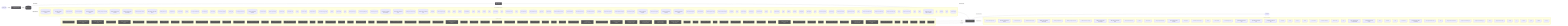
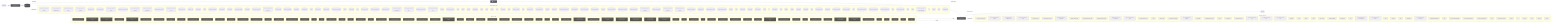
flowchart LR
  UserQ(["👤 User Query"])
  Embed["📐 Embedding Model"]
  VecDB[("📚 Vector Store")]
  Retriever["🔍 Retriever"]
  LLMNode["🧠 LLM / Generator"]
  Output(["✅ Response"])
  UserQ -->|query| Embed
  Embed -->|vector| VecDB
  VecDB -->|top-k chunks| Retriever
  Retriever -->|context + query| LLMNode
  LLMNode -->|generated answer| Output
  subgraph DetectedMemory["Detected memory stores"]
    det_detectedmemory_check_steering_feedback_contract_80134459[("check-steering-feedback-contract")]
+     det_detectedmemory_prompt_context_drift_validate_runner_c8ecc6f5[("prompt-context-drift-validate-runner")]
+     det_detectedmemory_prompt_context_drift_write_runner_69e6a4fd[("prompt-context-drift-write-runner")]
    det_detectedmemory_normalize_workflow_contracts_8701f1c8[("normalize-workflow-contracts")]
    det_detectedmemory_run_harness_evals_77704768[("run-harness-evals")]
    det_detectedmemory_sync_codex_preflight_7e7a8dc2[("sync-codex-preflight")]
    det_detectedmemory_test_harness_upgrade_matrix_84113c4e[("test-harness-upgrade-matrix")]
    det_detectedmemory_validate_prompt_context_drift_8c949ef6[("validate-prompt-context-drift")]
    det_detectedmemory_validate_runtime_packet_schemas_bc3ba8ec[("validate-runtime-packet-schemas")]
    det_detectedmemory_validate_system_prompt_gap_adoption_62d8c955[("validate-system-prompt-gap-adoption")]
    det_detectedmemory_validate_workflow_contracts_33dc063c[("validate-workflow-contracts")]
    det_detectedmemory_write_prompt_context_drift_report_71a4e149[("write-prompt-context-drift-report")]
    det_detectedmemory_branch_protect_core_a8feb0fd[("branch-protect-core")]
    det_detectedmemory_ci_migrate_core_7005b5af[("ci-migrate-core")]
    det_detectedmemory_context_health_80bb7da9[("context-health")]
    det_detectedmemory_context_ea7792a2[("context")]
    det_detectedmemory_docs_gate_classification_2f51c90b[("docs-gate-classification")]
    det_detectedmemory_docs_gate_types_d285abb6[("docs-gate-types")]
    det_detectedmemory_index_context_de3ed39d[("index-context")]
    det_detectedmemory_local_memory_preflight_dcc36c42[("local-memory-preflight")]
    det_detectedmemory_memory_gate_a577a506[("memory-gate")]
    det_detectedmemory_next_prompt_context_drift_3c5a93d5[("next-prompt-context-drift")]
    det_detectedmemory_next_recommendation_decisions_03315dd4[("next-recommendation-decisions")]
    det_detectedmemory_next_runner_state_be6fe997[("next-runner-state")]
    det_detectedmemory_pattern_scope_siblings_43abe000[("pattern-scope-siblings")]
    det_detectedmemory_review_context_ca6cf81d[("review-context")]
    det_detectedmemory_review_gate_core_4c8001f9[("review-gate-core")]
    det_detectedmemory_search_24193290[("search")]
    det_detectedmemory_session_context_e5ec72c0[("session-context")]
    det_detectedmemory_tooling_audit_core_328d6a41[("tooling-audit-core")]
    det_detectedmemory_run_local_memory_preflight_36e92808[("run-local-memory-preflight")]
    det_detectedmemory_checker_d2d2328e[("checker")]
    det_detectedmemory_context_health_1_ceb11829[("context-health")]
    det_detectedmemory_types_2_d9bc6e7a[("types")]
    det_detectedmemory_branch_protect_sync_570adb18[("branch-protect-sync")]
    det_detectedmemory_command_capability_rules_ca3f496a[("command-capability-rules")]
    det_detectedmemory_command_specs_core_1c0ffc99[("command-specs-core")]
    det_detectedmemory_local_memory_preflight_command_spec_9e23f3ce[("local-memory-preflight-command-spec")]
    det_detectedmemory_memory_gate_command_spec_dc9001a9[("memory-gate-command-spec")]
    det_detectedmemory_review_gate_command_spec_3187376a[("review-gate-command-spec")]
    det_detectedmemory_session_context_command_spec_973afbb1[("session-context-command-spec")]
    det_detectedmemory_constants_7517017f[("constants")]
    det_detectedmemory_context_compact_policy_3dcaf95d[("context-compact-policy")]
    det_detectedmemory_index_3_7e40d474[("index")]
    det_detectedmemory_indexer_70fa78e5[("indexer")]
    det_detectedmemory_init_error_5c7dd49f[("init-error")]
    det_detectedmemory_lexical_fallback_723e2b3e[("lexical-fallback")]
    det_detectedmemory_ollama_76e3c7bf[("ollama")]
    det_detectedmemory_rollout_a4fa034c[("rollout")]
    det_detectedmemory_sources_878a52fc[("sources")]
    det_detectedmemory_store_824d80d7[("store")]
    det_detectedmemory_sync_contract_c79fa191[("sync-contract")]
    det_detectedmemory_types_8_f6283648[("types")]
    det_detectedmemory_harness_run_context_ac7c77a9[("harness-run-context")]
    det_detectedmemory_index_4_013aa0e3[("index")]
    det_detectedmemory_json_schema_core_96d7e328[("json-schema-core")]
    det_detectedmemory_policy_validators_core_714a3fe7[("policy-validators-core")]
    det_detectedmemory_types_core_e405ddca[("types-core")]
    det_detectedmemory_validator_core_4358f8ba[("validator-core")]
    det_detectedmemory_archive_candidates_scanner_d0931789[("archive-candidates-scanner")]
    det_detectedmemory_archive_candidates_dc0e40e1[("archive-candidates")]
    det_detectedmemory_docs_task_eval_contract_79347457[("docs-task-eval-contract")]
    det_detectedmemory_docs_task_eval_fixtures_44902755[("docs-task-eval-fixtures")]
    det_detectedmemory_init_modes_c05ceb07[("init-modes")]
    det_detectedmemory_project_brain_templates_7ef51530[("project-brain-templates")]
    det_detectedmemory_scaffold_diagram_templates_dd88e83c[("scaffold-diagram-templates")]
    det_detectedmemory_scaffold_doc_templates_f6152330[("scaffold-doc-templates")]
    det_detectedmemory_scaffold_environment_templates_c1ceba6a[("scaffold-environment-templates")]
    det_detectedmemory_scaffold_hook_templates_8c74ab50[("scaffold-hook-templates")]
    det_detectedmemory_scaffold_root_command_templates_404fed7f[("scaffold-root-command-templates")]
    det_detectedmemory_scaffold_script_template_registry_69312d4e[("scaffold-script-template-registry")]
    det_detectedmemory_scaffold_shell_templates_0ad0f915[("scaffold-shell-templates")]
    det_detectedmemory_scaffold_surfaces_12d6494e[("scaffold-surfaces")]
    det_detectedmemory_scaffold_template_registry_b1cce2aa[("scaffold-template-registry")]
    det_detectedmemory_scaffold_workflow_template_92310587[("scaffold-workflow-template")]
    det_detectedmemory_eval_seed_5699fd3e[("eval-seed")]
    det_detectedmemory_index_10_f6785a46[("index")]
    det_detectedmemory_review_context_1_e3afed15[("review-context")]
    det_detectedmemory_memory_gate_1_265164ac[("memory-gate")]
    det_detectedmemory_branch_enforcer_acb749cd[("branch-enforcer")]
    det_detectedmemory_cli_args_5_09ea29f0[("cli-args")]
    det_detectedmemory_cli_7_dc4a9f7f[("cli")]
    det_detectedmemory_metrics_tracker_98cec29c[("metrics-tracker")]
    det_detectedmemory_types_20_071a0112[("types")]
    det_detectedmemory_validator_5_b19ac2be[("validator")]
    det_detectedmemory_classifier_fe1991a9[("classifier")]
    det_detectedmemory_tooling_paths_560ac80d[("tooling-paths")]
    det_detectedmemory_claim_helpers_20dc8387[("claim-helpers")]
    det_detectedmemory_types_25_89d086aa[("types")]
    det_detectedmemory_local_memory_smoke_1175abfc[("local-memory-smoke")]
    det_detectedmemory_local_memory_0db17ecc[("local-memory")]
    det_detectedmemory_performance_overload_c685bfcf[("performance-overload")]
    det_detectedmemory_suggestion_generator_0956f794[("suggestion-generator")]
    det_detectedmemory_index_12_762ec91b[("index")]
    det_detectedmemory_prompt_context_drift_builder_a451c7dd[("prompt-context-drift-builder")]
    det_detectedmemory_prompt_context_drift_report_3257a95c[("prompt-context-drift-report")]
    det_detectedmemory_prompt_context_drift_types_ba6863d4[("prompt-context-drift-types")]
    det_detectedmemory_index_13_97df39c8[("index")]
    det_detectedmemory_prompt_context_receipt_17b862b2[("prompt-context-receipt")]
    det_detectedmemory_types_32_bfe791ff[("types")]
    det_detectedmemory_policy_1_fc4198db[("policy")]
    det_detectedmemory_runtime_card_codex_runtime_validation_d8ce9934[("runtime-card-codex-runtime-validation")]
    det_detectedmemory_cli_12_01c06c37[("cli")]
    det_detectedmemory_collector_0736fd5b[("collector")]
    det_detectedmemory_types_35_93e66c64[("types")]
    det_detectedmemory_overload_guard_2748c559[("overload-guard")]
  end
  VecDB -. "implemented by" .-> DetectedMemory
  subgraph DetectedLLM["Detected LLM clients"]
    det_detectedllm_check_codex_agent_roles_5bb2e89b["check-codex-agent-roles"]
    det_detectedllm_check_steering_feedback_contract_80134459["check-steering-feedback-contract"]
+     det_detectedllm_prompt_context_drift_validate_runner_c8ecc6f5["prompt-context-drift-validate-runner"]
+     det_detectedllm_prompt_context_drift_write_runner_69e6a4fd["prompt-context-drift-write-runner"]
    det_detectedllm_run_harness_evals_77704768["run-harness-evals"]
    det_detectedllm_validate_decision_request_2e5c325e["validate-decision-request"]
    det_detectedllm_validate_goal_completion_audit_receipt_100d252c["validate-goal-completion-audit-receipt"]
    det_detectedllm_validate_packaged_skill_5e32c890["validate-packaged-skill"]
    det_detectedllm_validate_prompt_context_drift_8c949ef6["validate-prompt-context-drift"]
    det_detectedllm_validate_reviewer_coverage_251efee3["validate-reviewer-coverage"]
    det_detectedllm_validate_system_prompt_gap_adoption_62d8c955["validate-system-prompt-gap-adoption"]
    det_detectedllm_write_prompt_context_drift_report_71a4e149["write-prompt-context-drift-report"]
    det_detectedllm_check_environment_core_2c16213f["check-environment-core"]
    det_detectedllm_context_ea7792a2["context"]
    det_detectedllm_index_context_de3ed39d["index-context"]
    det_detectedllm_next_prompt_context_drift_3c5a93d5["next-prompt-context-drift"]
    det_detectedllm_next_recommendation_decisions_03315dd4["next-recommendation-decisions"]
    det_detectedllm_prompt_gate_c5e9d207["prompt-gate"]
    det_detectedllm_remediate_runner_helpers_929fedcc["remediate-runner-helpers"]
    det_detectedllm_search_24193290["search"]
    det_detectedllm_context_health_1_ceb11829["context-health"]
    det_detectedllm_command_specs_core_1c0ffc99["command-specs-core"]
    det_detectedllm_pilot_evaluate_command_spec_1084ea72["pilot-evaluate-command-spec"]
    det_detectedllm_pilot_rollback_command_spec_4fe69f7d["pilot-rollback-command-spec"]
    det_detectedllm_prompt_gate_command_spec_9a941482["prompt-gate-command-spec"]
    det_detectedllm_constants_7517017f["constants"]
    det_detectedllm_index_3_7e40d474["index"]
    det_detectedllm_indexer_70fa78e5["indexer"]
    det_detectedllm_ollama_76e3c7bf["ollama"]
    det_detectedllm_sync_contract_c79fa191["sync-contract"]
    det_detectedllm_north_star_validators_cfc926ce["north-star-validators"]
    det_detectedllm_hilt_boundary_9b36fb15["hilt-boundary"]
    det_detectedllm_types_10_75e5a4a0["types"]
    det_detectedllm_goal_completion_audit_receipt_validation_9d0f4891["goal-completion-audit-receipt-validation"]
    det_detectedllm_goal_completion_audit_receipt_5e4939c3["goal-completion-audit-receipt"]
    det_detectedllm_index_5_522f772a["index"]
    det_detectedllm_constants_1_a84e15f0["constants"]
    det_detectedllm_types_18_37582e2a["types"]
    det_detectedllm_sensitive_text_7c11f760["sensitive-text"]
    det_detectedllm_pr_template_linked_issue_relationship_a7b61f2c["pr-template-linked-issue-relationship"]
    det_detectedllm_pr_template_validator_rules_20a32d6b["pr-template-validator-rules"]
    det_detectedllm_index_12_762ec91b["index"]
    det_detectedllm_prompt_context_drift_builder_a451c7dd["prompt-context-drift-builder"]
    det_detectedllm_prompt_context_drift_report_3257a95c["prompt-context-drift-report"]
    det_detectedllm_prompt_context_drift_types_ba6863d4["prompt-context-drift-types"]
    det_detectedllm_index_13_97df39c8["index"]
    det_detectedllm_prompt_context_receipt_17b862b2["prompt-context-receipt"]
    det_detectedllm_cli_args_9_9c136878["cli-args"]
    det_detectedllm_cli_11_338a8415["cli"]
    det_detectedllm_sections_4697ef32["sections"]
    det_detectedllm_types_28_4476fcc6["types"]
    det_detectedllm_validator_7_f836eb0e["validator"]
    det_detectedllm_cli_args_10_861cdd3f["cli-args"]
  end
  LLMNode -. "implemented by" .-> DetectedLLM
  subgraph DetectedTools["Agentic tool calls"]
    det_detectedtools_check_codex_agent_roles_5bb2e89b["🔧 check-codex-agent-roles"]
    det_detectedtools_check_steering_feedback_contract_80134459["🔧 check-steering-feedback-contract"]
    det_detectedtools_check_tooling_baseline_parity_3124b30a["🔧 check-tooling-baseline-parity"]
    det_detectedtools_run_harness_evals_77704768["🔧 run-harness-evals"]
    det_detectedtools_validate_action_review_receipt_fa2f06c3["🔧 validate-action-review-receipt"]
    det_detectedtools_validate_packaged_skill_5e32c890["🔧 validate-packaged-skill"]
    det_detectedtools_validate_replay_packet_f309747e["🔧 validate-replay-packet"]
    det_detectedtools_ci_migrate_core_7005b5af["🔧 ci-migrate-core"]
    det_detectedtools_doctor_checks_5a2eb2b9["🔧 doctor-checks"]
    det_detectedtools_doctor_github_tool_check_e0a938df["🔧 doctor-github-tool-check"]
    det_detectedtools_doctor_github_tool_checks_a53b0382["🔧 doctor-github-tool-checks"]
    det_detectedtools_doctor_tool_checks_4acac51a["🔧 doctor-tool-checks"]
    det_detectedtools_fleet_plan_repo_ecdc6499["🔧 fleet-plan-repo"]
    det_detectedtools_next_blocked_decisions_4140ad2b["🔧 next-blocked-decisions"]
    det_detectedtools_next_pr_closeout_contract_af31d30a["🔧 next-pr-closeout-contract"]
    det_detectedtools_policy_gate_213f7313["🔧 policy-gate"]
    det_detectedtools_remediate_cli_output_cc165396["🔧 remediate-cli-output"]
    det_detectedtools_remediate_runner_helpers_929fedcc["🔧 remediate-runner-helpers"]
    det_detectedtools_review_gate_core_4c8001f9["🔧 review-gate-core"]
    det_detectedtools_index_1bc04b52["🔧 index"]
    det_detectedtools_types_1_4ecdf56e["🔧 types"]
    det_detectedtools_validation_constants_e002a0f6["🔧 validation-constants"]
    det_detectedtools_validation_98c41dcd["🔧 validation"]
    det_detectedtools_checker_d2d2328e["🔧 checker"]
    det_detectedtools_shared_state_policy_edc9c4db["🔧 shared-state-policy"]
    det_detectedtools_cli_args_1_6144b055["🔧 cli-args"]
    det_detectedtools_command_capabilities_a4d5c71e["🔧 command-capabilities"]
    det_detectedtools_command_capability_rules_ca3f496a["🔧 command-capability-rules"]
    det_detectedtools_linear_command_actions_e430f4f4["🔧 linear-command-actions"]
    det_detectedtools_linear_command_runner_4a740dfc["🔧 linear-command-runner"]
    det_detectedtools_policy_validators_core_714a3fe7["🔧 policy-validators-core"]
    det_detectedtools_shared_state_action_validator_e7b128cd["🔧 shared-state-action-validator"]
    det_detectedtools_types_core_e405ddca["🔧 types-core"]
    det_detectedtools_validator_core_4358f8ba["🔧 validator-core"]
    det_detectedtools_validator_helpers_7b927667["🔧 validator-helpers"]
    det_detectedtools_he_phase_exit_core_1148895b["🔧 he-phase-exit-core"]
    det_detectedtools_environment_runtime_3206f0a8["🔧 environment-runtime"]
    det_detectedtools_observed_skill_usage_ed7d5930["🔧 observed-skill-usage"]
    det_detectedtools_closure_evidence_aaa31467["🔧 closure-evidence"]
    det_detectedtools_pr_creator_dc6b1ea4["🔧 pr-creator"]
    det_detectedtools_client_948fe603["🔧 client"]
    det_detectedtools_init_output_360dce91["🔧 init-output"]
    det_detectedtools_scaffold_ci_templates_2afd6392["🔧 scaffold-ci-templates"]
    det_detectedtools_scaffold_codex_environment_templates_334fbbed["🔧 scaffold-codex-environment-templates"]
    det_detectedtools_scaffold_config_templates_4b80ce53["🔧 scaffold-config-templates"]
    det_detectedtools_scaffold_environment_templates_c1ceba6a["🔧 scaffold-environment-templates"]
    det_detectedtools_scaffold_github_actions_pr_pipeline_renderer_1ee18de5["🔧 scaffold-github-actions-pr-pipeline-renderer"]
    det_detectedtools_scaffold_github_actions_pr_pipeline_template_e2b85f62["🔧 scaffold-github-actions-pr-pipeline-template"]
    det_detectedtools_scaffold_package_command_template_80e32e83["🔧 scaffold-package-command-template"]
    det_detectedtools_scaffold_release_private_npm_template_075499f8["🔧 scaffold-release-private-npm-template"]
    det_detectedtools_constants_1_a84e15f0["🔧 constants"]
    det_detectedtools_index_9_32dd4d91["🔧 index"]
    det_detectedtools_validation_common_6161e48b["🔧 validation-common"]
    det_detectedtools_cli_7_dc4a9f7f["🔧 cli"]
    det_detectedtools_metrics_tracker_98cec29c["🔧 metrics-tracker"]
    det_detectedtools_normalise_renderer_85f2e563["🔧 normalise-renderer"]
    det_detectedtools_evaluation_engine_core_e054fe49["🔧 evaluation-engine-core"]
    det_detectedtools_tooling_baseline_50ab2eeb["🔧 tooling-baseline"]
    det_detectedtools_tooling_paths_560ac80d["🔧 tooling-paths"]
    det_detectedtools_prompt_context_drift_report_3257a95c["🔧 prompt-context-drift-report"]
    det_detectedtools_prompt_context_drift_types_ba6863d4["🔧 prompt-context-drift-types"]
    det_detectedtools_replay_packet_a1293f88["🔧 replay-packet"]
    det_detectedtools_index_14_d982116c["🔧 index"]
    det_detectedtools_review_lifecycle_contract_e5447221["🔧 review-lifecycle-contract"]
    det_detectedtools_review_lifecycle_89afa64c["🔧 review-lifecycle"]
    det_detectedtools_runtime_card_codex_runtime_validation_d8ce9934["🔧 runtime-card-codex-runtime-validation"]
    det_detectedtools_runtime_card_codex_runtime_0655e230["🔧 runtime-card-codex-runtime"]
    det_detectedtools_runtime_evidence_bundle_d471a232["🔧 runtime-evidence-bundle"]
    det_detectedtools_types_37_32ccf9f9["🔧 types"]
    det_detectedtools_index_17_642943a2["🔧 index"]
    det_detectedtools_projection_1b250ea1["🔧 projection"]
    det_detectedtools_types_39_d07de160["🔧 types"]
    det_detectedtools_validation_8_b9fa10af["🔧 validation"]
  end
  LLMNode -->|tool use| DetectedTools
  DetectedTools -->|result| LLMNode
  classDef memNode fill:#555,color:#fff
  class VecDB,Retriever memNode
  classDef llmNode fill:#555,color:#fff
  class LLMNode,Embed llmNode
  classDef toolNode fill:#555,color:#fff
  class det_detectedtools_check_codex_agent_roles_5bb2e89b,det_detectedtools_check_steering_feedback_contract_80134459,det_detectedtools_check_tooling_baseline_parity_3124b30a,det_detectedtools_run_harness_evals_77704768,det_detectedtools_validate_action_review_receipt_fa2f06c3,det_detectedtools_validate_packaged_skill_5e32c890,det_detectedtools_validate_replay_packet_f309747e,det_detectedtools_ci_migrate_core_7005b5af,det_detectedtools_doctor_checks_5a2eb2b9,det_detectedtools_doctor_github_tool_check_e0a938df,det_detectedtools_doctor_github_tool_checks_a53b0382,det_detectedtools_doctor_tool_checks_4acac51a,det_detectedtools_fleet_plan_repo_ecdc6499,det_detectedtools_next_blocked_decisions_4140ad2b,det_detectedtools_next_pr_closeout_contract_af31d30a,det_detectedtools_policy_gate_213f7313,det_detectedtools_remediate_cli_output_cc165396,det_detectedtools_remediate_runner_helpers_929fedcc,det_detectedtools_review_gate_core_4c8001f9,det_detectedtools_index_1bc04b52,det_detectedtools_types_1_4ecdf56e,det_detectedtools_validation_constants_e002a0f6,det_detectedtools_validation_98c41dcd,det_detectedtools_checker_d2d2328e,det_detectedtools_shared_state_policy_edc9c4db,det_detectedtools_cli_args_1_6144b055,det_detectedtools_command_capabilities_a4d5c71e,det_detectedtools_command_capability_rules_ca3f496a,det_detectedtools_linear_command_actions_e430f4f4,det_detectedtools_linear_command_runner_4a740dfc,det_detectedtools_policy_validators_core_714a3fe7,det_detectedtools_shared_state_action_validator_e7b128cd,det_detectedtools_types_core_e405ddca,det_detectedtools_validator_core_4358f8ba,det_detectedtools_validator_helpers_7b927667,det_detectedtools_he_phase_exit_core_1148895b,det_detectedtools_environment_runtime_3206f0a8,det_detectedtools_observed_skill_usage_ed7d5930,det_detectedtools_closure_evidence_aaa31467,det_detectedtools_pr_creator_dc6b1ea4,det_detectedtools_client_948fe603,det_detectedtools_init_output_360dce91,det_detectedtools_scaffold_ci_templates_2afd6392,det_detectedtools_scaffold_codex_environment_templates_334fbbed,det_detectedtools_scaffold_config_templates_4b80ce53,det_detectedtools_scaffold_environment_templates_c1ceba6a,det_detectedtools_scaffold_github_actions_pr_pipeline_renderer_1ee18de5,det_detectedtools_scaffold_github_actions_pr_pipeline_template_e2b85f62,det_detectedtools_scaffold_package_command_template_80e32e83,det_detectedtools_scaffold_release_private_npm_template_075499f8,det_detectedtools_constants_1_a84e15f0,det_detectedtools_index_9_32dd4d91,det_detectedtools_validation_common_6161e48b,det_detectedtools_cli_7_dc4a9f7f,det_detectedtools_metrics_tracker_98cec29c,det_detectedtools_normalise_renderer_85f2e563,det_detectedtools_evaluation_engine_core_e054fe49,det_detectedtools_tooling_baseline_50ab2eeb,det_detectedtools_tooling_paths_560ac80d,det_detectedtools_prompt_context_drift_report_3257a95c,det_detectedtools_prompt_context_drift_types_ba6863d4,det_detectedtools_replay_packet_a1293f88,det_detectedtools_index_14_d982116c,det_detectedtools_review_lifecycle_contract_e5447221,det_detectedtools_review_lifecycle_89afa64c,det_detectedtools_runtime_card_codex_runtime_validation_d8ce9934,det_detectedtools_runtime_card_codex_runtime_0655e230,det_detectedtools_runtime_evidence_bundle_d471a232,det_detectedtools_types_37_32ccf9f9,det_detectedtools_index_17_642943a2,det_detectedtools_projection_1b250ea1,det_detectedtools_types_39_d07de160,det_detectedtools_validation_8_b9fa10af toolNode
